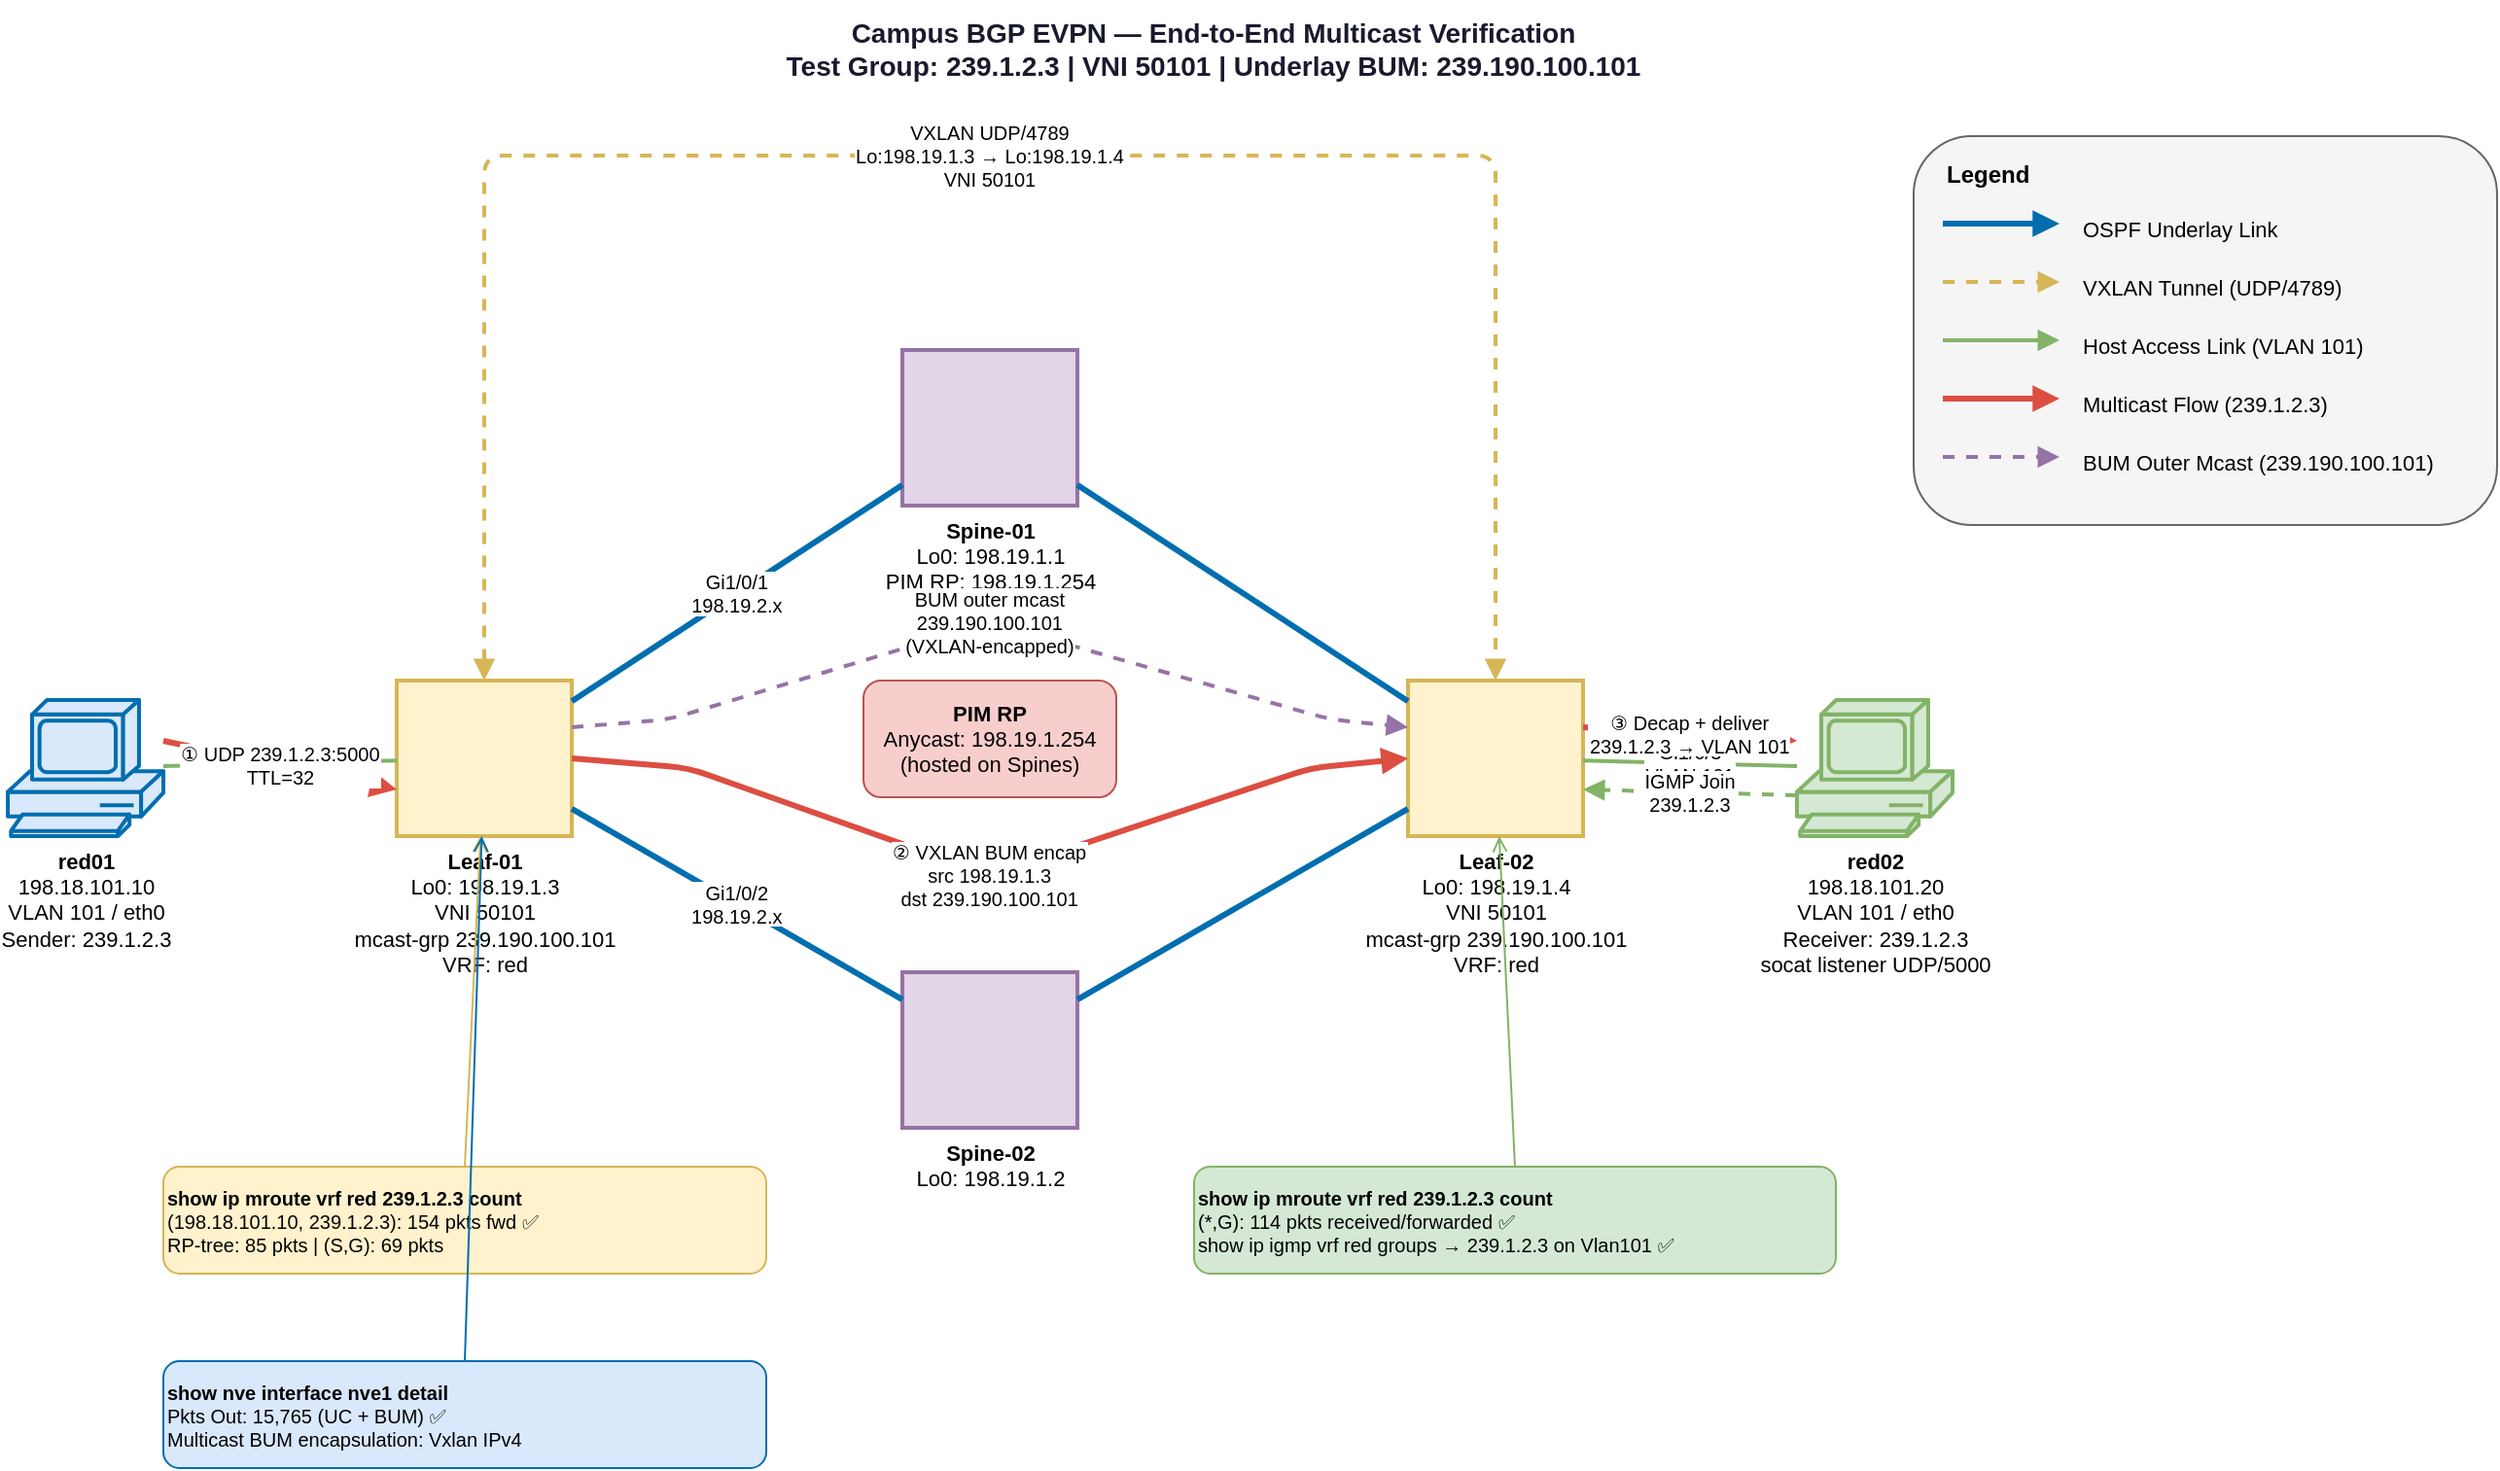
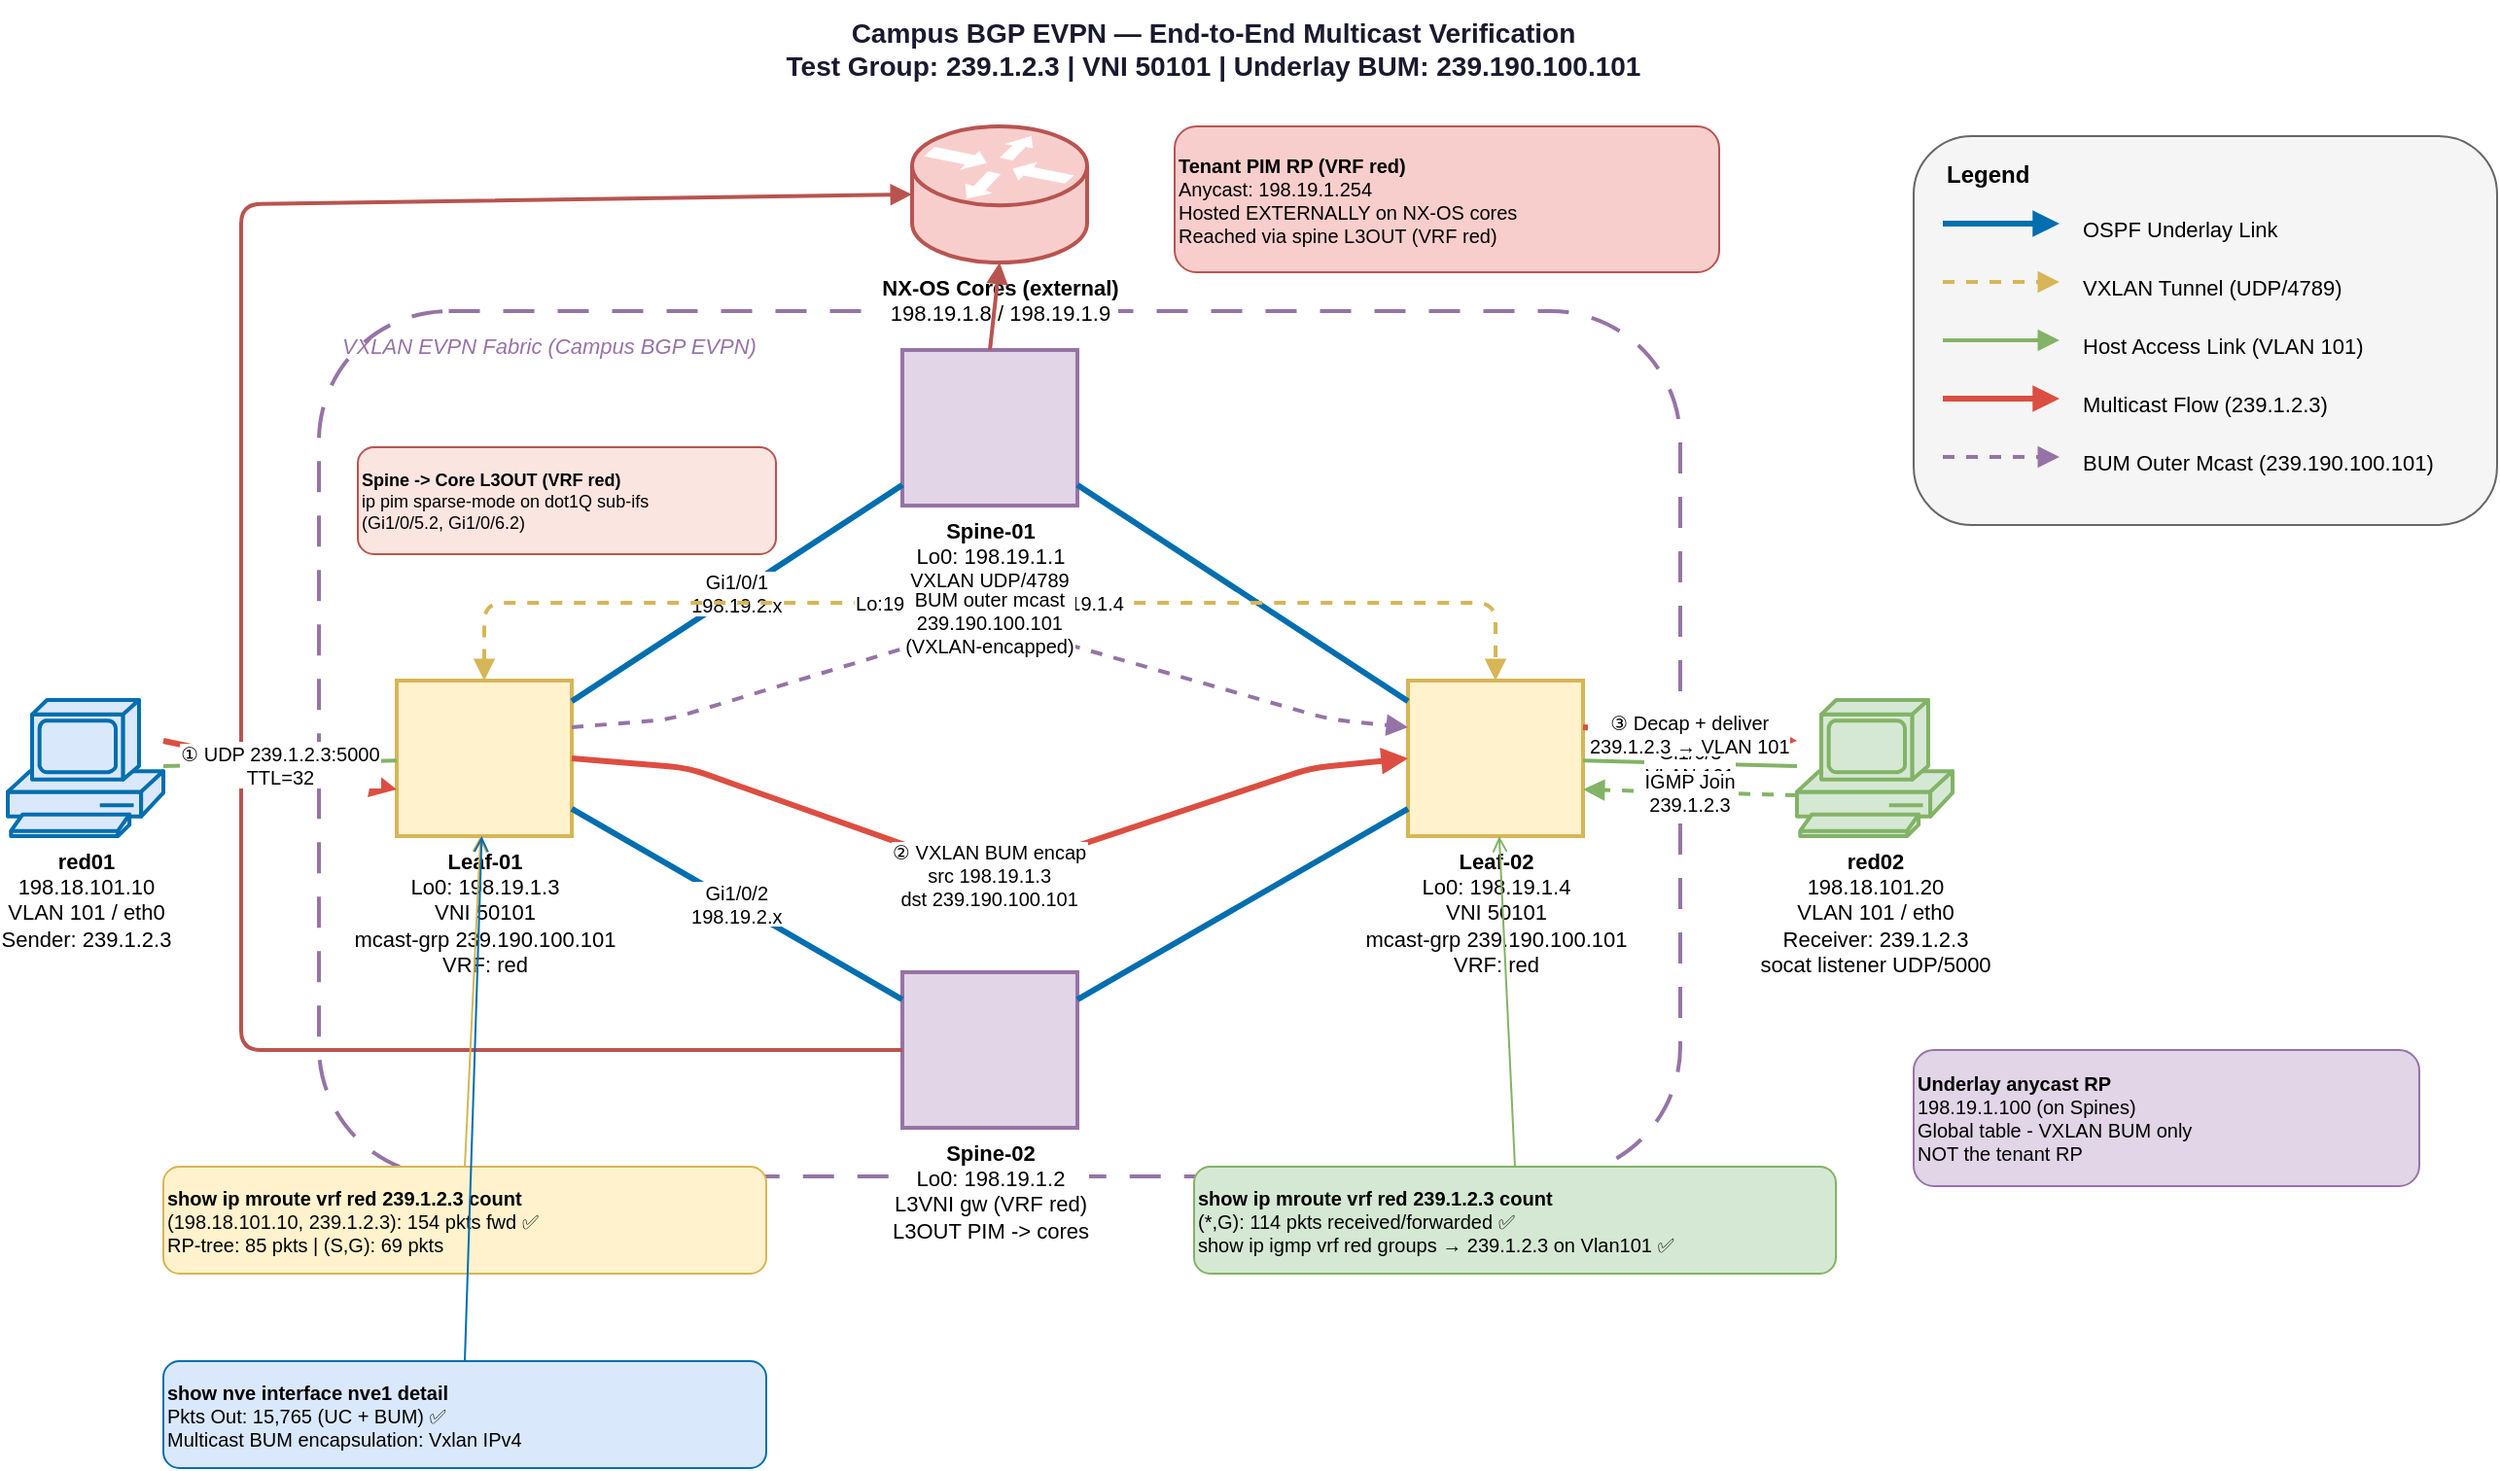
<mxfile host="Electron" version="21.0.0">
  <diagram name="MCAST-TCASE-Topology" id="mcast-tcase">
    <mxGraphModel dx="1422" dy="762" grid="1" gridSize="10" guides="1" tooltips="1" connect="1" arrows="1" fold="1" page="1" pageScale="1" pageWidth="1400" pageHeight="900" math="0" shadow="0">
      <root>
        <mxCell id="0" />
        <mxCell id="1" parent="0" />

        <!-- ===== TITLE ===== -->
        <mxCell id="title" value="Campus BGP EVPN — End-to-End Multicast Verification&#xa;Test Group: 239.1.2.3  |  VNI 50101  |  Underlay BUM: 239.190.100.101" style="text;html=1;strokeColor=none;fillColor=none;align=center;verticalAlign=middle;whiteSpace=wrap;rounded=0;fontSize=14;fontStyle=1;fontColor=#1a1a2e;" vertex="1" parent="1">
          <mxGeometry x="200" y="20" width="1000" height="50" as="geometry" />
        </mxCell>

+         <!-- ===== FABRIC BOUNDARY (VXLAN EVPN fabric - cores sit OUTSIDE/north) ===== -->
+         <mxCell id="fabric_box" value="" style="rounded=1;whiteSpace=wrap;html=1;fillColor=none;strokeColor=#9673a6;strokeWidth=2;dashed=1;dashPattern=8 6;" vertex="1" parent="1">
+           <mxGeometry x="240" y="180" width="700" height="445" as="geometry" />
+         </mxCell>
+         <mxCell id="fabric_box_label" value="VXLAN EVPN Fabric (Campus BGP EVPN)" style="text;html=1;strokeColor=none;fillColor=none;align=left;verticalAlign=middle;fontSize=11;fontStyle=2;fontColor=#9673a6;" vertex="1" parent="1">
+           <mxGeometry x="250" y="188" width="320" height="20" as="geometry" />
+         </mxCell>
+ 
        <!-- ===== LEGEND BOX ===== -->
        <mxCell id="leg_box" value="" style="rounded=1;whiteSpace=wrap;html=1;fillColor=#f5f5f5;strokeColor=#666666;fontColor=#333333;" vertex="1" parent="1">
          <mxGeometry x="1060" y="90" width="300" height="200" as="geometry" />
        </mxCell>
        <mxCell id="leg_title" value="Legend" style="text;html=1;strokeColor=none;fillColor=none;align=left;verticalAlign=middle;whiteSpace=wrap;rounded=0;fontSize=12;fontStyle=1;" vertex="1" parent="1">
          <mxGeometry x="1075" y="100" width="270" height="20" as="geometry" />
        </mxCell>
        <mxCell id="leg1" value="" style="endArrow=block;endFill=1;strokeColor=#006EAF;strokeWidth=3;" edge="1" parent="1">
          <mxGeometry x="1075" y="135" width="60" height="10" as="geometry" relative="0">
            <Array as="points" />
            <mxPoint x="1075" y="135" as="sourcePoint" />
            <mxPoint x="1135" y="135" as="targetPoint" />
          </mxGeometry>
        </mxCell>
        <mxCell id="leg1l" value="OSPF Underlay Link" style="text;html=1;strokeColor=none;fillColor=none;align=left;fontSize=11;" vertex="1" parent="1">
          <mxGeometry x="1145" y="125" width="200" height="20" as="geometry" />
        </mxCell>
        <mxCell id="leg2" value="" style="endArrow=block;endFill=1;strokeColor=#d6b656;strokeWidth=2;dashed=1;" edge="1" parent="1">
          <mxGeometry x="1075" y="165" width="60" height="10" as="geometry" relative="0">
            <Array as="points" />
            <mxPoint x="1075" y="165" as="sourcePoint" />
            <mxPoint x="1135" y="165" as="targetPoint" />
          </mxGeometry>
        </mxCell>
        <mxCell id="leg2l" value="VXLAN Tunnel (UDP/4789)" style="text;html=1;strokeColor=none;fillColor=none;align=left;fontSize=11;" vertex="1" parent="1">
          <mxGeometry x="1145" y="155" width="200" height="20" as="geometry" />
        </mxCell>
        <mxCell id="leg3" value="" style="endArrow=block;endFill=1;strokeColor=#82b366;strokeWidth=2;" edge="1" parent="1">
          <mxGeometry x="1075" y="195" width="60" height="10" as="geometry" relative="0">
            <Array as="points" />
            <mxPoint x="1075" y="195" as="sourcePoint" />
            <mxPoint x="1135" y="195" as="targetPoint" />
          </mxGeometry>
        </mxCell>
        <mxCell id="leg3l" value="Host Access Link (VLAN 101)" style="text;html=1;strokeColor=none;fillColor=none;align=left;fontSize=11;" vertex="1" parent="1">
          <mxGeometry x="1145" y="185" width="200" height="20" as="geometry" />
        </mxCell>
        <mxCell id="leg4" value="" style="endArrow=block;endFill=1;strokeColor=#DC4E41;strokeWidth=3;" edge="1" parent="1">
          <mxGeometry x="1075" y="225" width="60" height="10" as="geometry" relative="0">
            <Array as="points" />
            <mxPoint x="1075" y="225" as="sourcePoint" />
            <mxPoint x="1135" y="225" as="targetPoint" />
          </mxGeometry>
        </mxCell>
        <mxCell id="leg4l" value="Multicast Flow (239.1.2.3)" style="text;html=1;strokeColor=none;fillColor=none;align=left;fontSize=11;" vertex="1" parent="1">
          <mxGeometry x="1145" y="215" width="200" height="20" as="geometry" />
        </mxCell>
        <mxCell id="leg5" value="" style="endArrow=block;endFill=1;strokeColor=#9673a6;strokeWidth=2;dashed=1;" edge="1" parent="1">
          <mxGeometry x="1075" y="255" width="60" height="10" as="geometry" relative="0">
            <Array as="points" />
            <mxPoint x="1075" y="255" as="sourcePoint" />
            <mxPoint x="1135" y="255" as="targetPoint" />
          </mxGeometry>
        </mxCell>
        <mxCell id="leg5l" value="BUM Outer Mcast (239.190.100.101)" style="text;html=1;strokeColor=none;fillColor=none;align=left;fontSize=11;" vertex="1" parent="1">
          <mxGeometry x="1145" y="245" width="200" height="20" as="geometry" />
        </mxCell>

        <!-- ===== RED01 HOST ===== -->
        <mxCell id="red01" value="&lt;b&gt;red01&lt;/b&gt;&#xa;198.18.101.10&#xa;VLAN 101 / eth0&#xa;Sender: 239.1.2.3" style="shape=mxgraph.cisco.computers_and_peripherals.pc;sketch=0;html=1;pointerEvents=1;dashed=0;fillColor=#dae8fc;strokeColor=#006EAF;strokeWidth=2;verticalLabelPosition=bottom;verticalAlign=top;align=center;outlineConnect=0;labelBackgroundColor=#ffffff;fontSize=11;" vertex="1" parent="1">
          <mxGeometry x="80" y="380" width="80" height="70" as="geometry" />
        </mxCell>

        <!-- ===== LEAF-01 ===== -->
        <mxCell id="leaf01" value="&lt;b&gt;Leaf-01&lt;/b&gt;&#xa;Lo0: 198.19.1.3&#xa;VNI 50101&#xa;mcast-grp 239.190.100.101&#xa;VRF: red" style="shape=mxgraph.cisco.routers.layer_3_switch;sketch=0;html=1;pointerEvents=1;dashed=0;fillColor=#fff2cc;strokeColor=#d6b656;strokeWidth=2;verticalLabelPosition=bottom;verticalAlign=top;align=center;outlineConnect=0;labelBackgroundColor=#ffffff;fontSize=11;" vertex="1" parent="1">
          <mxGeometry x="280" y="370" width="90" height="80" as="geometry" />
        </mxCell>

        <!-- ===== SPINE-01 ===== -->
-         <mxCell id="spine01" value="&lt;b&gt;Spine-01&lt;/b&gt;&#xa;Lo0: 198.19.1.1&#xa;PIM RP: 198.19.1.254" style="shape=mxgraph.cisco.routers.layer_3_switch;sketch=0;html=1;pointerEvents=1;dashed=0;fillColor=#e1d5e7;strokeColor=#9673a6;strokeWidth=2;verticalLabelPosition=bottom;verticalAlign=top;align=center;outlineConnect=0;labelBackgroundColor=#ffffff;fontSize=11;" vertex="1" parent="1">
+         <mxCell id="spine01" value="&lt;b&gt;Spine-01&lt;/b&gt;&#xa;Lo0: 198.19.1.1&#xa;L3VNI gw (VRF red)&#xa;L3OUT PIM -&gt; cores" style="shape=mxgraph.cisco.routers.layer_3_switch;sketch=0;html=1;pointerEvents=1;dashed=0;fillColor=#e1d5e7;strokeColor=#9673a6;strokeWidth=2;verticalLabelPosition=bottom;verticalAlign=top;align=center;outlineConnect=0;labelBackgroundColor=#ffffff;fontSize=11;" vertex="1" parent="1">
          <mxGeometry x="540" y="200" width="90" height="80" as="geometry" />
        </mxCell>

        <!-- ===== SPINE-02 ===== -->
-         <mxCell id="spine02" value="&lt;b&gt;Spine-02&lt;/b&gt;&#xa;Lo0: 198.19.1.2" style="shape=mxgraph.cisco.routers.layer_3_switch;sketch=0;html=1;pointerEvents=1;dashed=0;fillColor=#e1d5e7;strokeColor=#9673a6;strokeWidth=2;verticalLabelPosition=bottom;verticalAlign=top;align=center;outlineConnect=0;labelBackgroundColor=#ffffff;fontSize=11;" vertex="1" parent="1">
+         <mxCell id="spine02" value="&lt;b&gt;Spine-02&lt;/b&gt;&#xa;Lo0: 198.19.1.2&#xa;L3VNI gw (VRF red)&#xa;L3OUT PIM -&gt; cores" style="shape=mxgraph.cisco.routers.layer_3_switch;sketch=0;html=1;pointerEvents=1;dashed=0;fillColor=#e1d5e7;strokeColor=#9673a6;strokeWidth=2;verticalLabelPosition=bottom;verticalAlign=top;align=center;outlineConnect=0;labelBackgroundColor=#ffffff;fontSize=11;" vertex="1" parent="1">
          <mxGeometry x="540" y="520" width="90" height="80" as="geometry" />
        </mxCell>

        <!-- ===== LEAF-02 ===== -->
        <mxCell id="leaf02" value="&lt;b&gt;Leaf-02&lt;/b&gt;&#xa;Lo0: 198.19.1.4&#xa;VNI 50101&#xa;mcast-grp 239.190.100.101&#xa;VRF: red" style="shape=mxgraph.cisco.routers.layer_3_switch;sketch=0;html=1;pointerEvents=1;dashed=0;fillColor=#fff2cc;strokeColor=#d6b656;strokeWidth=2;verticalLabelPosition=bottom;verticalAlign=top;align=center;outlineConnect=0;labelBackgroundColor=#ffffff;fontSize=11;" vertex="1" parent="1">
          <mxGeometry x="800" y="370" width="90" height="80" as="geometry" />
        </mxCell>

        <!-- ===== RED02 HOST ===== -->
        <mxCell id="red02" value="&lt;b&gt;red02&lt;/b&gt;&#xa;198.18.101.20&#xa;VLAN 101 / eth0&#xa;Receiver: 239.1.2.3&#xa;socat listener UDP/5000" style="shape=mxgraph.cisco.computers_and_peripherals.pc;sketch=0;html=1;pointerEvents=1;dashed=0;fillColor=#d5e8d4;strokeColor=#82b366;strokeWidth=2;verticalLabelPosition=bottom;verticalAlign=top;align=center;outlineConnect=0;labelBackgroundColor=#ffffff;fontSize=11;" vertex="1" parent="1">
          <mxGeometry x="1000" y="380" width="80" height="70" as="geometry" />
        </mxCell>

-         <!-- ===== RP ANNOTATION ===== -->
-         <mxCell id="rp_note" value="&lt;b&gt;PIM RP&lt;/b&gt;&#xa;Anycast: 198.19.1.254&#xa;(hosted on Spines)" style="rounded=1;whiteSpace=wrap;html=1;fillColor=#f8cecc;strokeColor=#b85450;fontSize=11;" vertex="1" parent="1">
-           <mxGeometry x="520" y="370" width="130" height="60" as="geometry" />
+         <!-- ===== EXTERNAL CORE RP NODE (NORTH - outside fabric) ===== -->
+         <mxCell id="cores" value="&lt;b&gt;NX-OS Cores (external)&lt;/b&gt;&#xa;198.19.1.8 / 198.19.1.9" style="shape=mxgraph.cisco.routers.router;sketch=0;html=1;pointerEvents=1;dashed=0;fillColor=#f8cecc;strokeColor=#b85450;strokeWidth=2;verticalLabelPosition=bottom;verticalAlign=top;align=center;outlineConnect=0;labelBackgroundColor=#ffffff;fontSize=11;" vertex="1" parent="1">
+           <mxGeometry x="545" y="85" width="90" height="70" as="geometry" />
+         </mxCell>
+ 
+         <!-- ===== TENANT RP ANNOTATION (external, on cores) ===== -->
+         <mxCell id="rp_note" value="&lt;b&gt;Tenant PIM RP (VRF red)&lt;/b&gt;&#xa;Anycast: 198.19.1.254&#xa;Hosted EXTERNALLY on NX-OS cores&#xa;Reached via spine L3OUT (VRF red)" style="rounded=1;whiteSpace=wrap;html=1;fillColor=#f8cecc;strokeColor=#b85450;fontSize=10;align=left;" vertex="1" parent="1">
+           <mxGeometry x="680" y="85" width="280" height="75" as="geometry" />
+         </mxCell>
+ 
+         <!-- ===== UNDERLAY ANYCAST RP ANNOTATION (on spines, separate plane) ===== -->
+         <mxCell id="underlay_rp_note" value="&lt;b&gt;Underlay anycast RP&lt;/b&gt;&#xa;198.19.1.100 (on Spines)&#xa;Global table - VXLAN BUM only&#xa;NOT the tenant RP" style="rounded=1;whiteSpace=wrap;html=1;fillColor=#e1d5e7;strokeColor=#9673a6;fontSize=10;align=left;" vertex="1" parent="1">
+           <mxGeometry x="1060" y="560" width="260" height="70" as="geometry" />
+         </mxCell>
+ 
+         <!-- ===== SPINE -> CORE L3OUT PIM LINKS (north to external cores) ===== -->
+         <mxCell id="e_s1_core" value="" style="endArrow=block;endFill=1;strokeColor=#b85450;strokeWidth=2;exitX=0.5;exitY=0;exitDx=0;exitDy=0;entryX=0.5;entryY=1;entryDx=0;entryDy=0;" edge="1" parent="1" source="spine01" target="cores">
+           <mxGeometry relative="1" as="geometry" />
+         </mxCell>
+         <mxCell id="e_s2_core" value="" style="endArrow=block;endFill=1;strokeColor=#b85450;strokeWidth=2;exitX=0;exitY=0.5;exitDx=0;exitDy=0;entryX=0;entryY=0.5;entryDx=0;entryDy=0;" edge="1" parent="1" source="spine02" target="cores">
+           <mxGeometry relative="1" as="geometry">
+             <Array as="points">
+               <mxPoint x="200" y="560" />
+               <mxPoint x="200" y="125" />
+             </Array>
+           </mxGeometry>
+         </mxCell>
+ 
+         <!-- ===== L3OUT PIM ANNOTATION ===== -->
+         <mxCell id="l3out_note" value="&lt;b&gt;Spine -&gt; Core L3OUT (VRF red)&lt;/b&gt;&#xa;ip pim sparse-mode on dot1Q sub-ifs&#xa;(Gi1/0/5.2, Gi1/0/6.2)" style="rounded=1;whiteSpace=wrap;html=1;fillColor=#fbe5e1;strokeColor=#b85450;fontSize=9;align=left;" vertex="1" parent="1">
+           <mxGeometry x="260" y="250" width="215" height="55" as="geometry" />
        </mxCell>

        <!-- ===== HOST ACCESS LINKS ===== -->
        <!-- red01 → Leaf-01 -->
        <mxCell id="e_red01_leaf01" value="Gi1/0/3&#xa;VLAN 101" style="endArrow=none;strokeColor=#82b366;strokeWidth=2;fontSize=10;align=center;" edge="1" parent="1" source="red01" target="leaf01">
          <mxGeometry relative="1" as="geometry" />
        </mxCell>

        <!-- red02 → Leaf-02 -->
        <mxCell id="e_red02_leaf02" value="Gi1/0/3&#xa;VLAN 101" style="endArrow=none;strokeColor=#82b366;strokeWidth=2;fontSize=10;align=center;" edge="1" parent="1" source="red02" target="leaf02">
          <mxGeometry relative="1" as="geometry" />
        </mxCell>

        <!-- ===== UNDERLAY OSPF LINKS ===== -->
        <!-- Leaf-01 → Spine-01 -->
        <mxCell id="e_l1_s1" value="Gi1/0/1&#xa;198.19.2.x" style="endArrow=none;strokeColor=#006EAF;strokeWidth=3;fontSize=10;" edge="1" parent="1" source="leaf01" target="spine01">
          <mxGeometry relative="1" as="geometry" />
        </mxCell>

        <!-- Leaf-01 → Spine-02 -->
        <mxCell id="e_l1_s2" value="Gi1/0/2&#xa;198.19.2.x" style="endArrow=none;strokeColor=#006EAF;strokeWidth=3;fontSize=10;" edge="1" parent="1" source="leaf01" target="spine02">
          <mxGeometry relative="1" as="geometry" />
        </mxCell>

        <!-- Leaf-02 → Spine-01 -->
        <mxCell id="e_l2_s1" value="" style="endArrow=none;strokeColor=#006EAF;strokeWidth=3;" edge="1" parent="1" source="leaf02" target="spine01">
          <mxGeometry relative="1" as="geometry" />
        </mxCell>

        <!-- Leaf-02 → Spine-02 -->
        <mxCell id="e_l2_s2" value="" style="endArrow=none;strokeColor=#006EAF;strokeWidth=3;" edge="1" parent="1" source="leaf02" target="spine02">
          <mxGeometry relative="1" as="geometry" />
        </mxCell>

        <!-- ===== VXLAN TUNNEL (unicast lo-to-lo) ===== -->
        <mxCell id="e_vxlan" value="VXLAN UDP/4789&#xa;Lo:198.19.1.3 → Lo:198.19.1.4&#xa;VNI 50101" style="endArrow=block;endFill=1;startArrow=block;startFill=1;strokeColor=#d6b656;strokeWidth=2;dashed=1;fontSize=10;exitX=0.5;exitY=0;exitDx=0;exitDy=0;entryX=0.5;entryY=0;entryDx=0;entryDy=0;" edge="1" parent="1" source="leaf01" target="leaf02">
          <mxGeometry relative="1" as="geometry">
            <Array as="points">
-               <mxPoint x="325" y="100" />
-               <mxPoint x="845" y="100" />
+               <mxPoint x="325" y="330" />
+               <mxPoint x="845" y="330" />
            </Array>
          </mxGeometry>
        </mxCell>

        <!-- ===== BUM OUTER MCAST PATH ===== -->
        <mxCell id="e_bum" value="BUM outer mcast&#xa;239.190.100.101&#xa;(VXLAN-encapped)" style="endArrow=block;endFill=1;strokeColor=#9673a6;strokeWidth=2;dashed=1;fontSize=10;exitX=1;exitY=0.3;exitDx=0;exitDy=0;entryX=0;entryY=0.3;entryDx=0;entryDy=0;" edge="1" parent="1" source="leaf01" target="leaf02">
          <mxGeometry relative="1" as="geometry">
            <Array as="points">
              <mxPoint x="420" y="390" />
              <mxPoint x="585" y="340" />
              <mxPoint x="760" y="390" />
            </Array>
          </mxGeometry>
        </mxCell>

        <!-- ===== MULTICAST DATA FLOW (red01 → red02) ===== -->
        <!-- red01 → Leaf-01 -->
        <mxCell id="e_mc1" value="① UDP 239.1.2.3:5000&#xa;TTL=32" style="endArrow=block;endFill=1;strokeColor=#DC4E41;strokeWidth=3;fontSize=10;exitX=1;exitY=0.3;exitDx=0;exitDy=0;entryX=0;entryY=0.7;entryDx=0;entryDy=0;" edge="1" parent="1" source="red01" target="leaf01">
          <mxGeometry relative="1" as="geometry" />
        </mxCell>

        <!-- Leaf-01 → (via spines/BUM) → Leaf-02 -->
        <mxCell id="e_mc2" value="② VXLAN BUM encap&#xa;src 198.19.1.3&#xa;dst 239.190.100.101" style="endArrow=block;endFill=1;strokeColor=#DC4E41;strokeWidth=3;fontSize=10;exitX=1;exitY=0.5;exitDx=0;exitDy=0;entryX=0;entryY=0.5;entryDx=0;entryDy=0;" edge="1" parent="1" source="leaf01" target="leaf02">
          <mxGeometry relative="1" as="geometry">
            <Array as="points">
              <mxPoint x="430" y="415" />
              <mxPoint x="585" y="470" />
              <mxPoint x="750" y="415" />
            </Array>
          </mxGeometry>
        </mxCell>

        <!-- Leaf-02 → red02 -->
        <mxCell id="e_mc3" value="③ Decap + deliver&#xa;239.1.2.3 → VLAN 101" style="endArrow=block;endFill=1;strokeColor=#DC4E41;strokeWidth=3;fontSize=10;exitX=1;exitY=0.3;exitDx=0;exitDy=0;entryX=0;entryY=0.3;entryDx=0;entryDy=0;" edge="1" parent="1" source="leaf02" target="red02">
          <mxGeometry relative="1" as="geometry" />
        </mxCell>

        <!-- ===== IGMP JOIN FLOW (red02 → Leaf-02) ===== -->
        <mxCell id="e_igmp" value="IGMP Join&#xa;239.1.2.3" style="endArrow=block;endFill=1;strokeColor=#82b366;strokeWidth=2;dashed=1;fontSize=10;exitX=0;exitY=0.7;exitDx=0;exitDy=0;entryX=1;entryY=0.7;entryDx=0;entryDy=0;" edge="1" parent="1" source="red02" target="leaf02">
          <mxGeometry relative="1" as="geometry" />
        </mxCell>

        <!-- ===== ANNOTATION BOXES ===== -->
        <!-- Leaf-01 mroute box -->
        <mxCell id="ann_leaf01" value="&lt;b&gt;show ip mroute vrf red 239.1.2.3 count&lt;/b&gt;&#xa;(198.18.101.10, 239.1.2.3): 154 pkts fwd ✅&#xa;RP-tree: 85 pkts | (S,G): 69 pkts" style="rounded=1;whiteSpace=wrap;html=1;fillColor=#fff2cc;strokeColor=#d6b656;fontSize=10;align=left;" vertex="1" parent="1">
          <mxGeometry x="160" y="620" width="310" height="55" as="geometry" />
        </mxCell>
        <mxCell id="ann_leaf01_arrow" value="" style="endArrow=open;endSize=6;strokeColor=#d6b656;exitX=0.5;exitY=0;exitDx=0;exitDy=0;" edge="1" parent="1" source="ann_leaf01" target="leaf01">
          <mxGeometry relative="1" as="geometry" />
        </mxCell>

        <!-- Leaf-02 mroute box -->
        <mxCell id="ann_leaf02" value="&lt;b&gt;show ip mroute vrf red 239.1.2.3 count&lt;/b&gt;&#xa;(*,G): 114 pkts received/forwarded ✅&#xa;show ip igmp vrf red groups → 239.1.2.3 on Vlan101 ✅" style="rounded=1;whiteSpace=wrap;html=1;fillColor=#d5e8d4;strokeColor=#82b366;fontSize=10;align=left;" vertex="1" parent="1">
          <mxGeometry x="690" y="620" width="330" height="55" as="geometry" />
        </mxCell>
        <mxCell id="ann_leaf02_arrow" value="" style="endArrow=open;endSize=6;strokeColor=#82b366;exitX=0.5;exitY=0;exitDx=0;exitDy=0;" edge="1" parent="1" source="ann_leaf02" target="leaf02">
          <mxGeometry relative="1" as="geometry" />
        </mxCell>

        <!-- NVE counter box -->
        <mxCell id="ann_nve" value="&lt;b&gt;show nve interface nve1 detail&lt;/b&gt;&#xa;Pkts Out: 15,765 (UC + BUM) ✅&#xa;Multicast BUM encapsulation: Vxlan IPv4" style="rounded=1;whiteSpace=wrap;html=1;fillColor=#dae8fc;strokeColor=#006EAF;fontSize=10;align=left;" vertex="1" parent="1">
          <mxGeometry x="160" y="720" width="310" height="55" as="geometry" />
        </mxCell>
        <mxCell id="ann_nve_arrow" value="" style="endArrow=open;endSize=6;strokeColor=#006EAF;exitX=0.5;exitY=0;exitDx=0;exitDy=0;" edge="1" parent="1" source="ann_nve" target="leaf01">
          <mxGeometry relative="1" as="geometry" />
        </mxCell>

      </root>
    </mxGraphModel>
  </diagram>
</mxfile>
